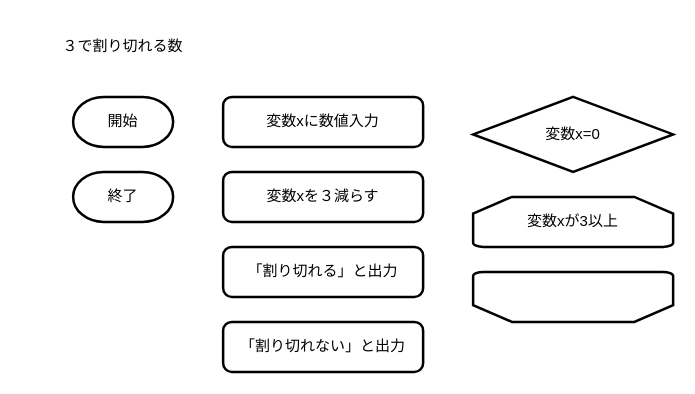
Before: flowchart/f3.drawio in Repy/informatics-web, a draw.io diagram. Source tidied: cells renumbered, new cells numbered last; positions are measured from the earlier drawing's top-left corner, leaving out a move shared by most shapes. Both pictures are drawn from the tidied source at 125%, with x=0, y=0 at pixel (22, 21).
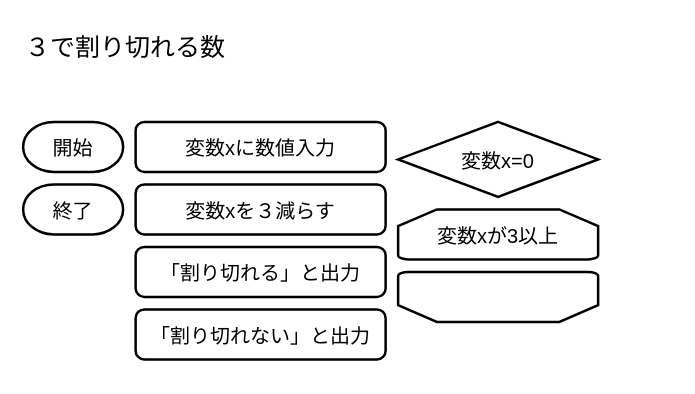
Above is the later version.

Diff of the diagram source:
```diff
@@
 <mxGraphModel>
   <root>
     <mxCell id="0" />
     <mxCell id="1" parent="0" />
-    <mxCell id="2" value="開始" style="strokeWidth=2;html=1;shape=mxgraph.flowchart.terminator;whiteSpace=wrap;" parent="1" vertex="1">
-      <mxGeometry x="40" y="60" width="80" height="40" as="geometry" />
+    <mxCell id="2" value="開始" style="strokeWidth=2;shape=mxgraph.flowchart.terminator;fontFamily=BIZ UDPGothic;fontSize=16;" parent="1" vertex="1">
+      <mxGeometry y="80" width="80" height="40" as="geometry" />
     </mxCell>
-    <mxCell id="3" value="終了" style="strokeWidth=2;html=1;shape=mxgraph.flowchart.terminator;whiteSpace=wrap;" parent="1" vertex="1">
-      <mxGeometry x="40" y="120" width="80" height="40" as="geometry" />
+    <mxCell id="3" value="終了" style="strokeWidth=2;shape=mxgraph.flowchart.terminator;fontFamily=BIZ UDPGothic;fontSize=16;" parent="1" vertex="1">
+      <mxGeometry y="130" width="80" height="40" as="geometry" />
     </mxCell>
-    <mxCell id="4" value="&lt;div&gt;変数xに数値入力&lt;/div&gt;" style="rounded=1;whiteSpace=wrap;html=1;absoluteArcSize=1;arcSize=14;strokeWidth=2;" parent="1" vertex="1">
-      <mxGeometry x="160" y="60" width="160" height="40" as="geometry" />
+    <mxCell id="4" value="変数xに数値入力" style="rounded=1;absoluteArcSize=1;arcSize=14;strokeWidth=2;fontFamily=BIZ UDPGothic;fontSize=16;" parent="1" vertex="1">
+      <mxGeometry x="90" y="80" width="200" height="40" as="geometry" />
     </mxCell>
-    <mxCell id="5" value="&lt;div&gt;変数xを３減らす&lt;/div&gt;" style="rounded=1;whiteSpace=wrap;html=1;absoluteArcSize=1;arcSize=14;strokeWidth=2;" parent="1" vertex="1">
-      <mxGeometry x="160" y="120" width="160" height="40" as="geometry" />
+    <mxCell id="5" value="変数xを３減らす" style="rounded=1;absoluteArcSize=1;arcSize=14;strokeWidth=2;fontFamily=BIZ UDPGothic;fontSize=16;" parent="1" vertex="1">
+      <mxGeometry x="90" y="130" width="200" height="40" as="geometry" />
     </mxCell>
-    <mxCell id="6" value="&lt;div&gt;「割り切れる」と出力&lt;/div&gt;" style="rounded=1;whiteSpace=wrap;html=1;absoluteArcSize=1;arcSize=14;strokeWidth=2;" parent="1" vertex="1">
-      <mxGeometry x="160" y="180" width="160" height="40" as="geometry" />
+    <mxCell id="6" value="「割り切れる」と出力" style="rounded=1;absoluteArcSize=1;arcSize=14;strokeWidth=2;fontFamily=BIZ UDPGothic;fontSize=16;" parent="1" vertex="1">
+      <mxGeometry x="90" y="180" width="200" height="40" as="geometry" />
     </mxCell>
-    <mxCell id="7" value="３で割り切れる数" style="text;html=1;strokeColor=none;fillColor=none;align=center;verticalAlign=middle;whiteSpace=wrap;rounded=0;" parent="1" vertex="1">
-      <mxGeometry width="160" height="40" as="geometry" />
+    <mxCell id="7" value="３で割り切れる数" style="text;html=1;strokeColor=none;fillColor=none;align=left;verticalAlign=middle;whiteSpace=wrap;rounded=0;fontFamily=BIZ UDPGothic;fontSize=20;" parent="1" vertex="1">
+      <mxGeometry width="480" height="40" as="geometry" />
     </mxCell>
-    <mxCell id="8" value="&lt;div&gt;「割り切れない」と出力&lt;/div&gt;" style="rounded=1;whiteSpace=wrap;html=1;absoluteArcSize=1;arcSize=14;strokeWidth=2;" parent="1" vertex="1">
-      <mxGeometry x="160" y="240" width="160" height="40" as="geometry" />
+    <mxCell id="8" value="「割り切れない」と出力" style="rounded=1;absoluteArcSize=1;arcSize=14;strokeWidth=2;fontFamily=BIZ UDPGothic;fontSize=16;" parent="1" vertex="1">
+      <mxGeometry x="90" y="230" width="200" height="40" as="geometry" />
     </mxCell>
-    <mxCell id="9" value="&lt;div&gt;変数xが3以上&lt;/div&gt;" style="strokeWidth=2;html=1;shape=mxgraph.flowchart.loop_limit;whiteSpace=wrap;" parent="1" vertex="1">
-      <mxGeometry x="360" y="140" width="160" height="40" as="geometry" />
+    <mxCell id="9" value="変数xが3以上" style="strokeWidth=2;shape=mxgraph.flowchart.loop_limit;fontFamily=BIZ UDPGothic;fontSize=16;" parent="1" vertex="1">
+      <mxGeometry x="300" y="150" width="160" height="40" as="geometry" />
     </mxCell>
-    <mxCell id="10" style="strokeWidth=2;html=1;shape=mxgraph.flowchart.loop_limit;whiteSpace=wrap;direction=west;" parent="1" vertex="1">
-      <mxGeometry x="360" y="200" width="160" height="40" as="geometry" />
+    <mxCell id="10" style="strokeWidth=2;shape=mxgraph.flowchart.loop_limit;direction=west;fontFamily=BIZ UDPGothic;fontSize=16;" parent="1" vertex="1">
+      <mxGeometry x="300" y="200" width="160" height="40" as="geometry" />
     </mxCell>
-    <mxCell id="11" value="&lt;div&gt;変数x=0&lt;/div&gt;" style="strokeWidth=2;html=1;shape=mxgraph.flowchart.decision;whiteSpace=wrap;" parent="1" vertex="1">
-      <mxGeometry x="360" y="60" width="160" height="60" as="geometry" />
+    <mxCell id="11" value="変数x=0" style="strokeWidth=2;shape=mxgraph.flowchart.decision;fontFamily=BIZ UDPGothic;fontSize=16;" parent="1" vertex="1">
+      <mxGeometry x="300" y="80" width="160" height="60" as="geometry" />
     </mxCell>
   </root>
 </mxGraphModel>
```
